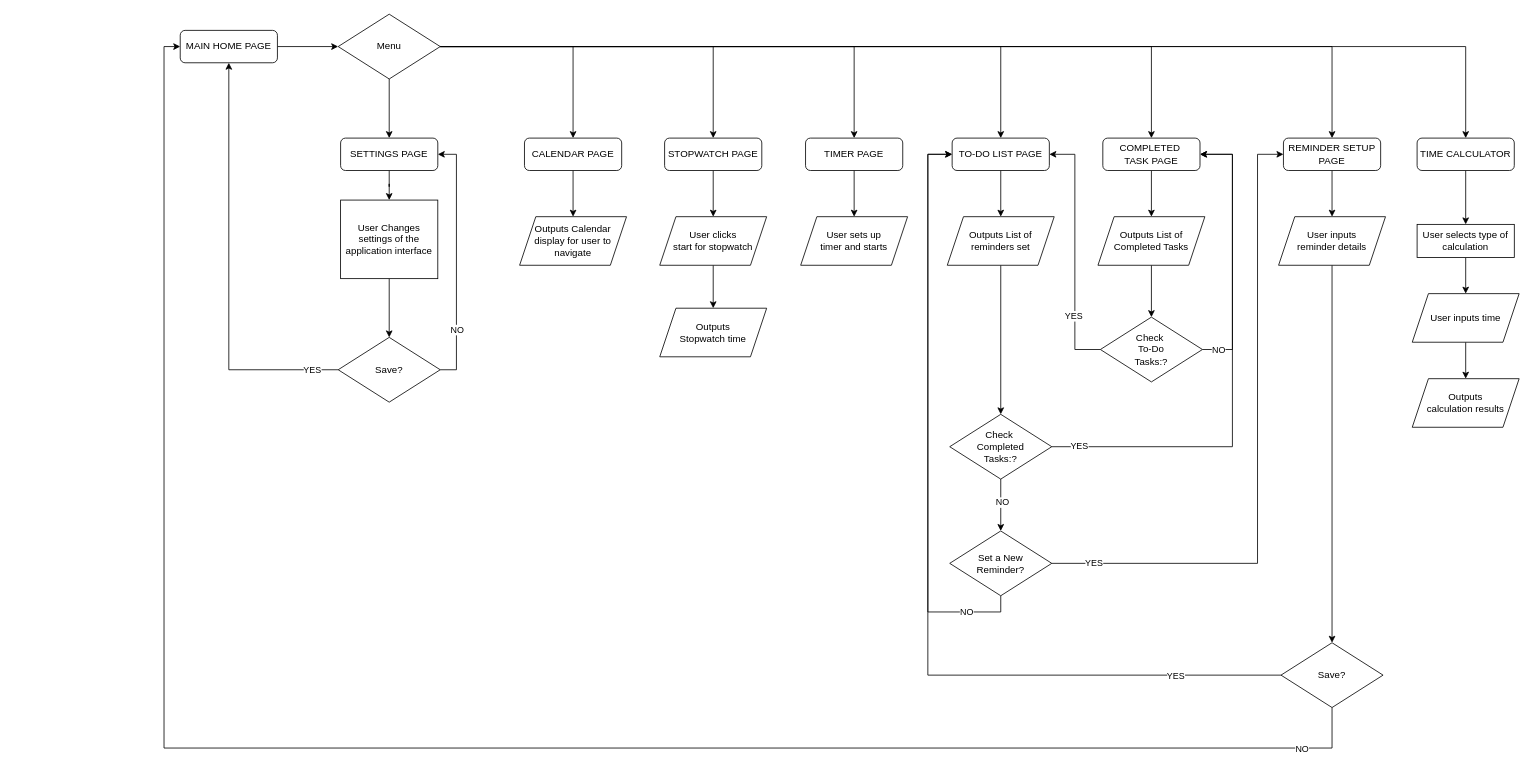
TheDarkSlayer120/PlanSync keeps this draw.io diagram as PlanSync.drawio. Above is the earlier version. Source tidied: cells renumbered, new cells numbered last; positions are measured from the earlier drawing's top-left corner, leaving out a move shared by most shapes. Both pictures are drawn from the tidied source at 81%, with x=0, y=0 at pixel (164, 14).
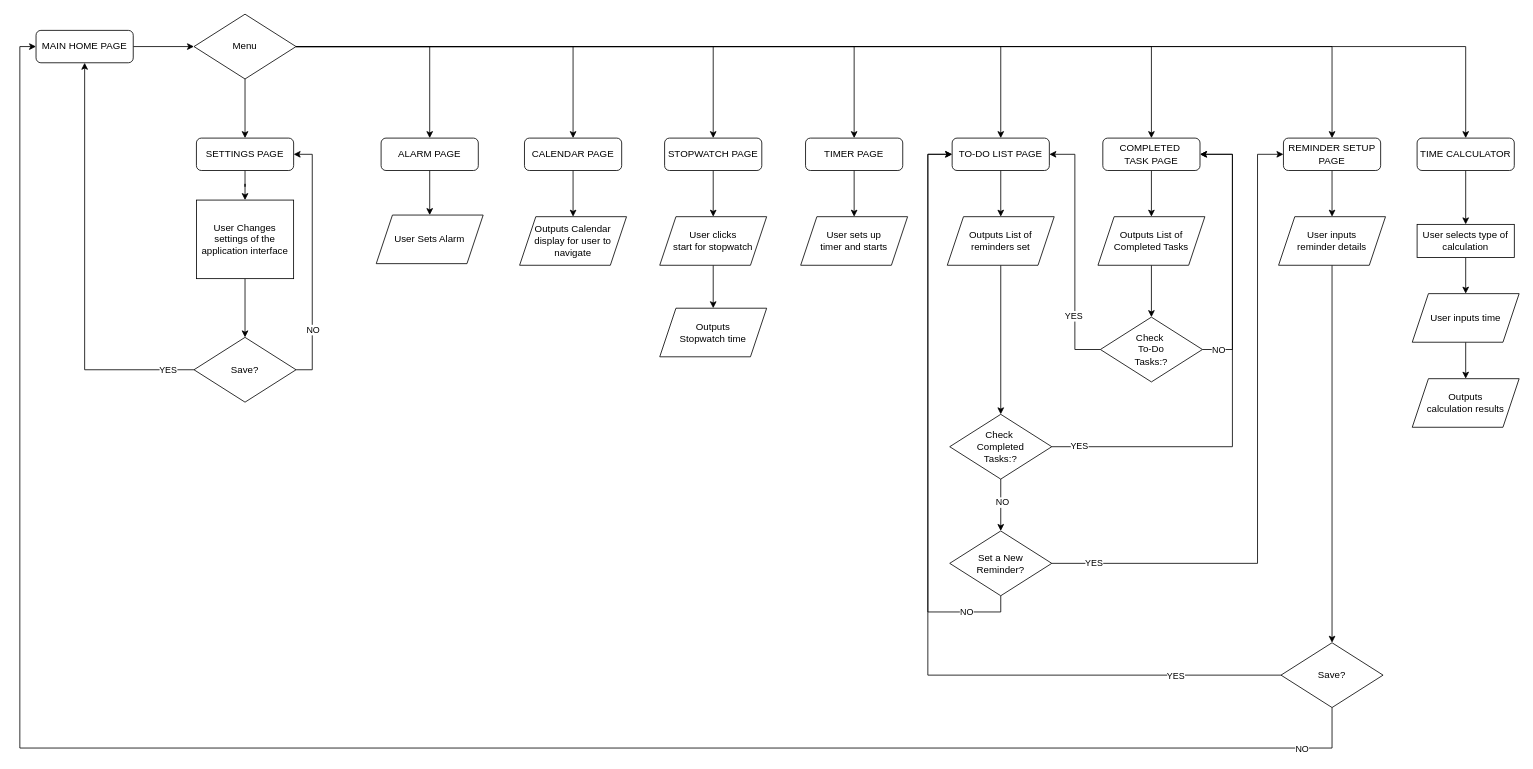
The same page after the edit.

Unchanged cells that the change refers to:
```xml
<mxCell id="52" value="Save?" style="rhombus;whiteSpace=wrap;html=1;" parent="1" vertex="1">
  <mxGeometry x="1379" y="776" width="126" height="80" as="geometry" />
</mxCell>
```

The edit, as a diff of the source:
```diff
@@
     <mxCell id="3" value="MAIN HOME PAGE" style="rounded=1;whiteSpace=wrap;html=1;fontSize=12;glass=0;strokeWidth=1;shadow=0;" parent="1" vertex="1">
-      <mxGeometry x="20" y="20" width="120" height="40" as="geometry" />
+      <mxGeometry x="-158" y="20" width="120" height="40" as="geometry" />
     </mxCell>
@@
+    <mxCell id="72" style="edgeStyle=orthogonalEdgeStyle;rounded=0;jettySize=auto;html=1;exitX=1;exitY=0.5;exitDx=0;exitDy=0;entryX=0.5;entryY=0;entryDx=0;entryDy=0;" parent="1" edge="1" source="24" target="74">
+      <mxGeometry relative="1" as="geometry" />
+    </mxCell>
     <mxCell id="24" value="Menu" style="rhombus;whiteSpace=wrap;html=1;" parent="1" vertex="1">
-      <mxGeometry x="215" width="126" height="80" as="geometry" />
+      <mxGeometry x="37" width="126" height="80" as="geometry" />
     </mxCell>
@@
     <mxCell id="27" value="SETTINGS PAGE" style="rounded=1;whiteSpace=wrap;html=1;fontSize=12;glass=0;strokeWidth=1;shadow=0;" parent="1" vertex="1">
-      <mxGeometry x="218" y="153" width="120" height="40" as="geometry" />
+      <mxGeometry x="40" y="153" width="120" height="40" as="geometry" />
     </mxCell>
@@
     <mxCell id="42" value="User Changes settings of the application interface" style="rounded=0;whiteSpace=wrap;html=1;" parent="1" vertex="1">
-      <mxGeometry x="218" y="229.5" width="120" height="97" as="geometry" />
+      <mxGeometry x="40" y="229.5" width="120" height="97" as="geometry" />
     </mxCell>
@@
     <mxCell id="47" value="Save?" style="rhombus;whiteSpace=wrap;html=1;" parent="1" vertex="1">
-      <mxGeometry x="215" y="399" width="126" height="80" as="geometry" />
+      <mxGeometry x="37" y="399" width="126" height="80" as="geometry" />
     </mxCell>
     <mxCell id="48" style="edgeStyle=orthogonalEdgeStyle;rounded=0;jettySize=auto;html=1;exitX=0.5;exitY=1;exitDx=0;exitDy=0;entryX=0;entryY=0.5;entryDx=0;entryDy=0;" parent="1" edge="1" source="52" target="3">
       <mxGeometry relative="1" as="geometry">
         <Array as="points">
           <mxPoint x="1442" y="906" />
-          <mxPoint y="906" />
-          <mxPoint y="40" />
+          <mxPoint x="-178" y="906" />
+          <mxPoint x="-178" y="40" />
         </Array>
       </mxGeometry>
     </mxCell>
@@
+    <mxCell id="73" style="edgeStyle=orthogonalEdgeStyle;rounded=0;jettySize=auto;html=1;exitX=0.5;exitY=1;exitDx=0;exitDy=0;" parent="1" edge="1" source="74" target="75">
+      <mxGeometry relative="1" as="geometry" />
+    </mxCell>
+    <mxCell id="74" value="ALARM PAGE" style="rounded=1;whiteSpace=wrap;html=1;fontSize=12;glass=0;strokeWidth=1;shadow=0;" parent="1" vertex="1">
+      <mxGeometry x="268" y="153" width="120" height="40" as="geometry" />
+    </mxCell>
+    <mxCell id="75" value="User Sets Alarm" style="shape=parallelogram;perimeter=parallelogramPerimeter;whiteSpace=wrap;html=1;fixedSize=1;" parent="1" vertex="1">
+      <mxGeometry x="262" y="248" width="132" height="60" as="geometry" />
+    </mxCell>
```
